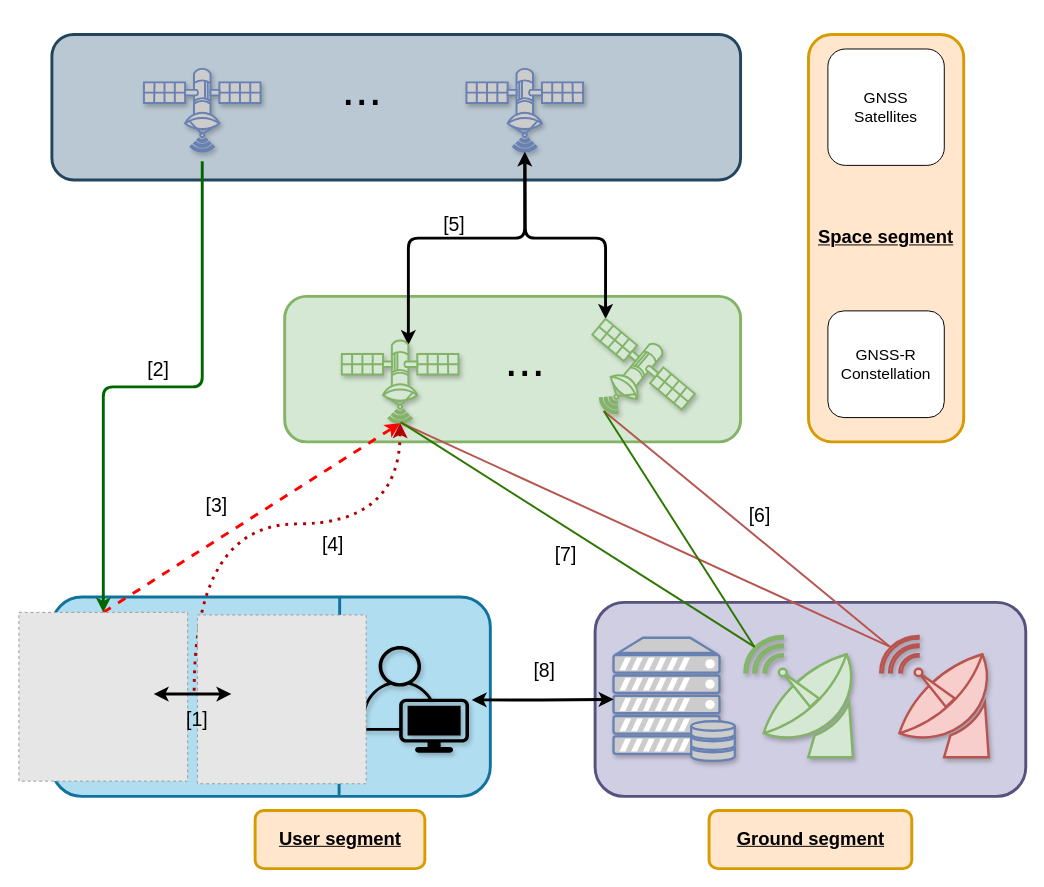
javijnb/LPRO_diagrams keeps this draw.io diagram as Sat1.drawio. Above is the earlier version. Source tidied: cells renumbered, new cells numbered last; positions are measured from the earlier drawing's top-left corner, leaving out a move shared by most shapes. Both pictures are drawn from the tidied source at 97%, with x=0, y=0 at pixel (18, 34). Pictures stored in the file or linked from it are replaced by grey dashed boxes.
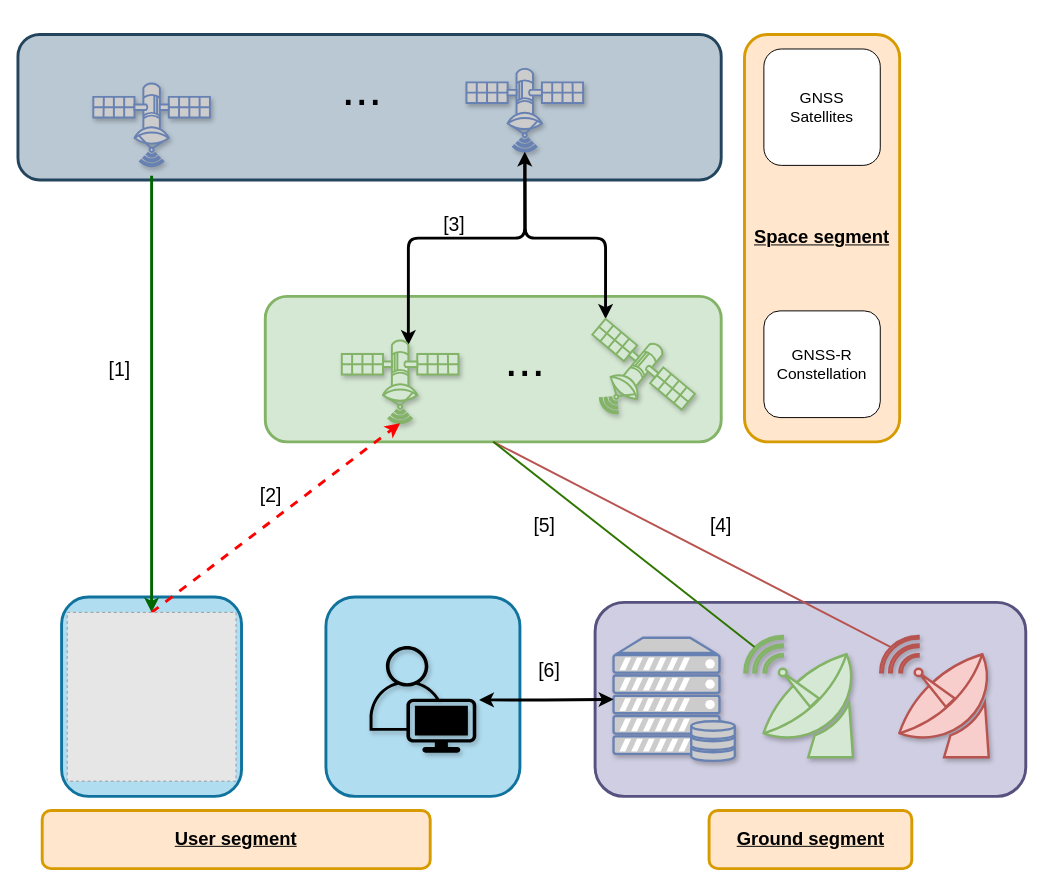
The same page after the edit.

Unchanged cells that the change refers to:
```xml
<mxCell id="11" style="verticalAlign=top;verticalLabelPosition=bottom;labelPosition=center;align=center;html=1;outlineConnect=0;fillColor=#d5e8d4;strokeColor=#82b366;gradientDirection=north;strokeWidth=2;shape=mxgraph.networks.satellite;rotation=-45;shadow=1;" parent="1" vertex="1">
  <mxGeometry x="343" y="290" width="100" height="100" as="geometry" />
</mxCell>
<mxCell id="18" style="verticalAlign=top;verticalLabelPosition=bottom;labelPosition=center;align=center;html=1;outlineConnect=0;fillColor=#d5e8d4;strokeColor=#82b366;gradientDirection=north;strokeWidth=2;shape=mxgraph.networks.satellite_dish;flipV=0;flipH=1;shadow=1;" parent="1" vertex="1">
  <mxGeometry x="748" y="620.2" width="115" height="125" as="geometry" />
</mxCell>
<mxCell id="30" style="verticalAlign=top;verticalLabelPosition=bottom;labelPosition=center;align=center;html=1;outlineConnect=0;fillColor=#f8cecc;strokeColor=#b85450;gradientDirection=north;strokeWidth=2;shape=mxgraph.networks.satellite_dish;flipV=0;flipH=1;shadow=1;" parent="1" vertex="1">
  <mxGeometry x="888" y="620.2" width="115" height="125" as="geometry" />
</mxCell>
```

Diff of the diagram source:
```diff
@@
+    <mxCell id="43" style="rounded=1;whiteSpace=wrap;html=1;fillColor=#b1ddf0;strokeColor=#10739e;strokeWidth=3;" parent="1" vertex="1">
+      <mxGeometry x="316.5" y="580" width="200" height="205.5" as="geometry" />
+    </mxCell>
@@
     <mxCell id="3" value="&lt;b&gt;&lt;u&gt;&lt;font style=&quot;font-size: 19px;&quot;&gt;Space segment&lt;/font&gt;&lt;/u&gt;&lt;/b&gt;" style="rounded=1;whiteSpace=wrap;html=1;fillColor=#ffe6cc;strokeColor=#d79b00;strokeWidth=3;" parent="1" vertex="1">
-      <mxGeometry x="814" width="160" height="420" as="geometry" />
+      <mxGeometry x="748" width="160" height="420" as="geometry" />
     </mxCell>
     <mxCell id="4" style="rounded=1;whiteSpace=wrap;html=1;fillColor=#d5e8d4;strokeColor=#82b366;strokeWidth=3;" parent="1" vertex="1">
-      <mxGeometry x="274" y="270" width="470" height="150" as="geometry" />
+      <mxGeometry x="254" y="270" width="470" height="150" as="geometry" />
     </mxCell>
     <mxCell id="5" style="rounded=1;whiteSpace=wrap;html=1;fillColor=#bac8d3;strokeColor=#23445d;strokeWidth=3;" parent="1" vertex="1">
-      <mxGeometry x="34" width="710" height="150" as="geometry" />
+      <mxGeometry x="-1" width="725" height="150" as="geometry" />
     </mxCell>
     <mxCell id="6" style="rounded=1;whiteSpace=wrap;html=1;fillColor=#b1ddf0;strokeColor=#10739e;strokeWidth=3;" parent="1" vertex="1">
-      <mxGeometry x="34" y="580" width="452" height="205.5" as="geometry" />
+      <mxGeometry x="44" y="580" width="185.5" height="205.5" as="geometry" />
     </mxCell>
@@
     <mxCell id="8" style="edgeStyle=orthogonalEdgeStyle;rounded=1;jettySize=auto;html=1;strokeWidth=3;fillColor=#d5e8d4;strokeColor=#006600;" parent="1" edge="1" source="9" target="15">
-      <mxGeometry relative="1" as="geometry" />
+      <mxGeometry relative="1" as="geometry">
+        <Array as="points">
+          <mxPoint x="144" y="75" />
+          <mxPoint x="144" y="682.8" />
+        </Array>
+      </mxGeometry>
     </mxCell>
     <mxCell id="9" style="fontColor=#0066CC;verticalAlign=top;verticalLabelPosition=bottom;labelPosition=center;align=center;html=1;outlineConnect=0;fillColor=#CCCCCC;strokeColor=#6881B3;gradientColor=none;gradientDirection=north;strokeWidth=2;shape=mxgraph.networks.satellite;flipH=1;rotation=45;shadow=1;" parent="1" vertex="1">
-      <mxGeometry x="139" y="10" width="100" height="100" as="geometry" />
+      <mxGeometry x="86.8" y="25" width="100" height="100" as="geometry" />
     </mxCell>
@@
     <mxCell id="15" style="fillColor=#E6E6E6;strokeColor=#999999;dashed=1;html=1;verticalAlign=top;verticalLabelPosition=bottom;labelBackgroundColor=#ffffff;" parent="1" vertex="1">
-      <mxGeometry y="595.8" width="174" height="174" as="geometry" />
+      <mxGeometry x="49.8" y="595.8" width="174" height="174" as="geometry" />
     </mxCell>
     <mxCell id="16" value="&lt;font style=&quot;font-size: 16px;&quot;&gt;GNSS &lt;br&gt;Satellites&lt;/font&gt;" style="rounded=1;whiteSpace=wrap;html=1;" parent="1" vertex="1">
-      <mxGeometry x="834" y="15" width="120" height="120" as="geometry" />
+      <mxGeometry x="768" y="15" width="120" height="120" as="geometry" />
     </mxCell>
     <mxCell id="17" value="&lt;font style=&quot;font-size: 16px;&quot;&gt;GNSS-R Constellation&lt;/font&gt;" style="rounded=1;whiteSpace=wrap;html=1;" parent="1" vertex="1">
-      <mxGeometry x="834" y="285" width="120" height="110" as="geometry" />
+      <mxGeometry x="768" y="285" width="120" height="110" as="geometry" />
     </mxCell>
@@
     <mxCell id="20" value="&lt;font style=&quot;font-size: 19px;&quot;&gt;&lt;u&gt;&lt;b&gt;User segment&lt;/b&gt;&lt;/u&gt;&lt;/font&gt;" style="rounded=1;whiteSpace=wrap;html=1;fillColor=#ffe6cc;strokeColor=#d79b00;strokeWidth=3;" parent="1" vertex="1">
-      <mxGeometry x="243.5" y="800" width="175" height="60" as="geometry" />
+      <mxGeometry x="24" y="800" width="400" height="60" as="geometry" />
     </mxCell>
@@
     <mxCell id="23" style="points=[[0.35,0,0],[0.98,0.51,0],[1,0.71,0],[0.67,1,0],[0,0.795,0],[0,0.65,0]];verticalLabelPosition=bottom;sketch=0;html=1;verticalAlign=top;align=center;shape=mxgraph.cisco19.user;fillColor=#000000;strokeColor=#36393d;shadow=1;" parent="1" vertex="1">
-      <mxGeometry x="354" y="630.5" width="110" height="110" as="geometry" />
+      <mxGeometry x="361.5" y="630.5" width="110" height="110" as="geometry" />
     </mxCell>
@@
-    <mxCell id="26" value="&lt;font style=&quot;font-size: 20px;&quot;&gt;[2]&lt;/font&gt;" style="text;html=1;strokeColor=none;fillColor=none;align=center;verticalAlign=middle;whiteSpace=wrap;rounded=0;" parent="1" vertex="1">
-      <mxGeometry x="114" y="330" width="60" height="30" as="geometry" />
+    <mxCell id="26" value="&lt;font style=&quot;font-size: 20px;&quot;&gt;[1]&lt;/font&gt;" style="text;html=1;strokeColor=none;fillColor=none;align=center;verticalAlign=middle;whiteSpace=wrap;rounded=0;" parent="1" vertex="1">
+      <mxGeometry x="74" y="330" width="60" height="30" as="geometry" />
     </mxCell>
-    <mxCell id="27" value="&lt;font style=&quot;font-size: 20px;&quot;&gt;[3]&lt;/font&gt;" style="text;html=1;strokeColor=none;fillColor=none;align=center;verticalAlign=middle;whiteSpace=wrap;rounded=0;" parent="1" vertex="1">
-      <mxGeometry x="174" y="470" width="60" height="30" as="geometry" />
+    <mxCell id="27" value="&lt;font style=&quot;font-size: 20px;&quot;&gt;[2]&lt;/font&gt;" style="text;html=1;strokeColor=none;fillColor=none;align=center;verticalAlign=middle;whiteSpace=wrap;rounded=0;" parent="1" vertex="1">
+      <mxGeometry x="229.5" y="460" width="60" height="30" as="geometry" />
     </mxCell>
     <mxCell id="28" value="&lt;font style=&quot;font-size: 20px;&quot;&gt;[4]&lt;/font&gt;" style="text;html=1;strokeColor=none;fillColor=none;align=center;verticalAlign=middle;whiteSpace=wrap;rounded=0;" parent="1" vertex="1">
-      <mxGeometry x="294" y="510" width="60" height="30" as="geometry" />
+      <mxGeometry x="694" y="490" width="60" height="30" as="geometry" />
     </mxCell>
-    <mxCell id="29" value="&lt;font style=&quot;font-size: 20px;&quot;&gt;[7]&lt;/font&gt;" style="text;html=1;strokeColor=none;fillColor=none;align=center;verticalAlign=middle;whiteSpace=wrap;rounded=0;" parent="1" vertex="1">
-      <mxGeometry x="534" y="520" width="60" height="30" as="geometry" />
+    <mxCell id="29" value="&lt;font style=&quot;font-size: 20px;&quot;&gt;[5]&lt;/font&gt;" style="text;html=1;strokeColor=none;fillColor=none;align=center;verticalAlign=middle;whiteSpace=wrap;rounded=0;" parent="1" vertex="1">
+      <mxGeometry x="511.5" y="490" width="60" height="30" as="geometry" />
     </mxCell>
@@
-    <mxCell id="31" style="endArrow=none;html=1;rounded=0;entryX=0.91;entryY=0.09;entryDx=0;entryDy=0;entryPerimeter=0;fillColor=#f8cecc;strokeColor=#b85450;strokeWidth=2;" parent="1" edge="1" target="30">
-      <mxGeometry relative="1" as="geometry">
-        <mxPoint x="393" y="400" as="sourcePoint" />
-      </mxGeometry>
+    <mxCell id="31" style="endArrow=none;html=1;rounded=0;entryX=0.91;entryY=0.09;entryDx=0;entryDy=0;entryPerimeter=0;fillColor=#f8cecc;strokeColor=#b85450;strokeWidth=2;exitX=0.5;exitY=1;exitDx=0;exitDy=0;" parent="1" edge="1" source="4" target="30">
+      <mxGeometry relative="1" as="geometry" />
     </mxCell>
-    <mxCell id="32" style="endArrow=none;html=1;rounded=0;entryX=0.91;entryY=0.09;entryDx=0;entryDy=0;entryPerimeter=0;strokeWidth=2;fillColor=#f8cecc;strokeColor=#b85450;" parent="1" edge="1" target="30">
-      <mxGeometry relative="1" as="geometry">
-        <mxPoint x="603" y="388.2" as="sourcePoint" />
-      </mxGeometry>
-    </mxCell>
-    <mxCell id="33" style="endArrow=none;html=1;rounded=0;entryX=0.91;entryY=0.09;entryDx=0;entryDy=0;entryPerimeter=0;strokeWidth=2;fillColor=#60a917;strokeColor=#2D7600;" parent="1" edge="1" target="18">
-      <mxGeometry relative="1" as="geometry">
-        <mxPoint x="394" y="400" as="sourcePoint" />
-      </mxGeometry>
+    <mxCell id="33" style="endArrow=none;html=1;rounded=0;entryX=0.91;entryY=0.09;entryDx=0;entryDy=0;entryPerimeter=0;strokeWidth=2;fillColor=#60a917;strokeColor=#2D7600;exitX=0.5;exitY=1;exitDx=0;exitDy=0;" parent="1" edge="1" source="4" target="18">
+      <mxGeometry relative="1" as="geometry" />
     </mxCell>
-    <mxCell id="34" style="endArrow=none;html=1;rounded=0;entryX=0.91;entryY=0.09;entryDx=0;entryDy=0;entryPerimeter=0;strokeWidth=2;fillColor=#60a917;strokeColor=#2D7600;" parent="1" edge="1" target="18">
-      <mxGeometry relative="1" as="geometry">
-        <mxPoint x="603" y="388.2" as="sourcePoint" />
-      </mxGeometry>
-    </mxCell>
-    <mxCell id="35" style="endArrow=none;html=1;rounded=0;exitX=0.655;exitY=1;exitDx=0;exitDy=0;exitPerimeter=0;strokeWidth=3;fillColor=#b1ddf0;strokeColor=#10739e;" parent="1" edge="1" source="6">
-      <mxGeometry relative="1" as="geometry">
-        <mxPoint x="330.7" y="579.8" as="targetPoint" />
-      </mxGeometry>
-    </mxCell>
-    <mxCell id="36" style="edgeStyle=orthogonalEdgeStyle;jettySize=auto;html=1;exitX=-0.019;exitY=0.449;exitDx=0;exitDy=0;entryX=0.07;entryY=0.93;entryDx=0;entryDy=0;entryPerimeter=0;curved=1;dashed=1;strokeWidth=3;dashPattern=1 2;fillColor=#e51400;strokeColor=#B20000;exitPerimeter=0;" parent="1" edge="1" source="37" target="11">
-      <mxGeometry relative="1" as="geometry" />
-    </mxCell>
-    <mxCell id="37" style="fillColor=#E6E6E6;strokeColor=#999999;dashed=1;html=1;verticalAlign=top;verticalLabelPosition=bottom;labelBackgroundColor=#ffffff;" parent="1" vertex="1">
-      <mxGeometry x="184" y="598.5" width="174" height="174" as="geometry" />
-    </mxCell>
-    <mxCell id="38" style="endArrow=classic;startArrow=classic;html=1;rounded=0;strokeWidth=3;" parent="1" edge="1">
-      <mxGeometry relative="1" as="geometry">
-        <mxPoint x="219" y="680" as="sourcePoint" />
-        <mxPoint x="139" y="680" as="targetPoint" />
-      </mxGeometry>
-    </mxCell>
-    <mxCell id="39" value="&lt;font style=&quot;font-size: 20px;&quot;&gt;[1]&lt;/font&gt;" style="text;html=1;strokeColor=none;fillColor=none;align=center;verticalAlign=middle;whiteSpace=wrap;rounded=0;" parent="1" vertex="1">
-      <mxGeometry x="154" y="690" width="60" height="30" as="geometry" />
-    </mxCell>
-    <mxCell id="40" value="&lt;font style=&quot;font-size: 20px;&quot;&gt;[5]&lt;/font&gt;" style="text;html=1;strokeColor=none;fillColor=none;align=center;verticalAlign=middle;whiteSpace=wrap;rounded=0;" parent="1" vertex="1">
+    <mxCell id="40" value="&lt;font style=&quot;font-size: 20px;&quot;&gt;[3]&lt;/font&gt;" style="text;html=1;strokeColor=none;fillColor=none;align=center;verticalAlign=middle;whiteSpace=wrap;rounded=0;" parent="1" vertex="1">
       <mxGeometry x="418.5" y="180" width="60" height="30" as="geometry" />
     </mxCell>
-    <mxCell id="41" value="&lt;font style=&quot;font-size: 20px;&quot;&gt;[6]&lt;/font&gt;" style="text;html=1;strokeColor=none;fillColor=none;align=center;verticalAlign=middle;whiteSpace=wrap;rounded=0;" parent="1" vertex="1">
-      <mxGeometry x="734" y="480" width="60" height="30" as="geometry" />
-    </mxCell>
-    <mxCell id="42" value="&lt;font style=&quot;font-size: 20px;&quot;&gt;[8]&lt;/font&gt;" style="text;html=1;strokeColor=none;fillColor=none;align=center;verticalAlign=middle;whiteSpace=wrap;rounded=0;" parent="1" vertex="1">
-      <mxGeometry x="511.5" y="640" width="60" height="30" as="geometry" />
+    <mxCell id="42" value="&lt;font style=&quot;font-size: 20px;&quot;&gt;[6]&lt;/font&gt;" style="text;html=1;strokeColor=none;fillColor=none;align=center;verticalAlign=middle;whiteSpace=wrap;rounded=0;" parent="1" vertex="1">
+      <mxGeometry x="516.5" y="640" width="60" height="30" as="geometry" />
     </mxCell>
```
